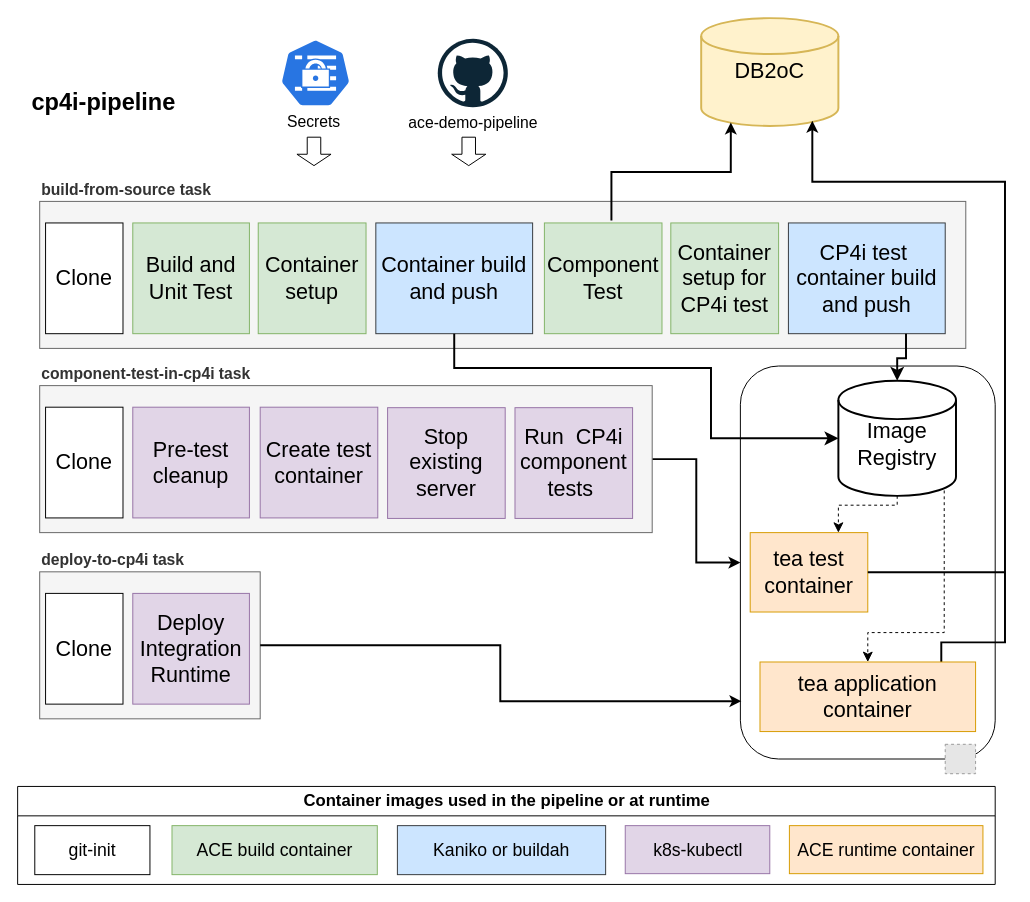
Before: demo-infrastructure/images/tekton-cp4i-pipeline.drawio in ot4i/ace-demo-pipeline, a draw.io diagram. Source tidied: cells renumbered, new cells numbered last; positions are measured from the earlier drawing's top-left corner, leaving out a move shared by most shapes. Both pictures are drawn from the tidied source at 98%, with x=0, y=0 at pixel (17, 18). Pictures stored in the file or linked from it are replaced by grey dashed boxes.
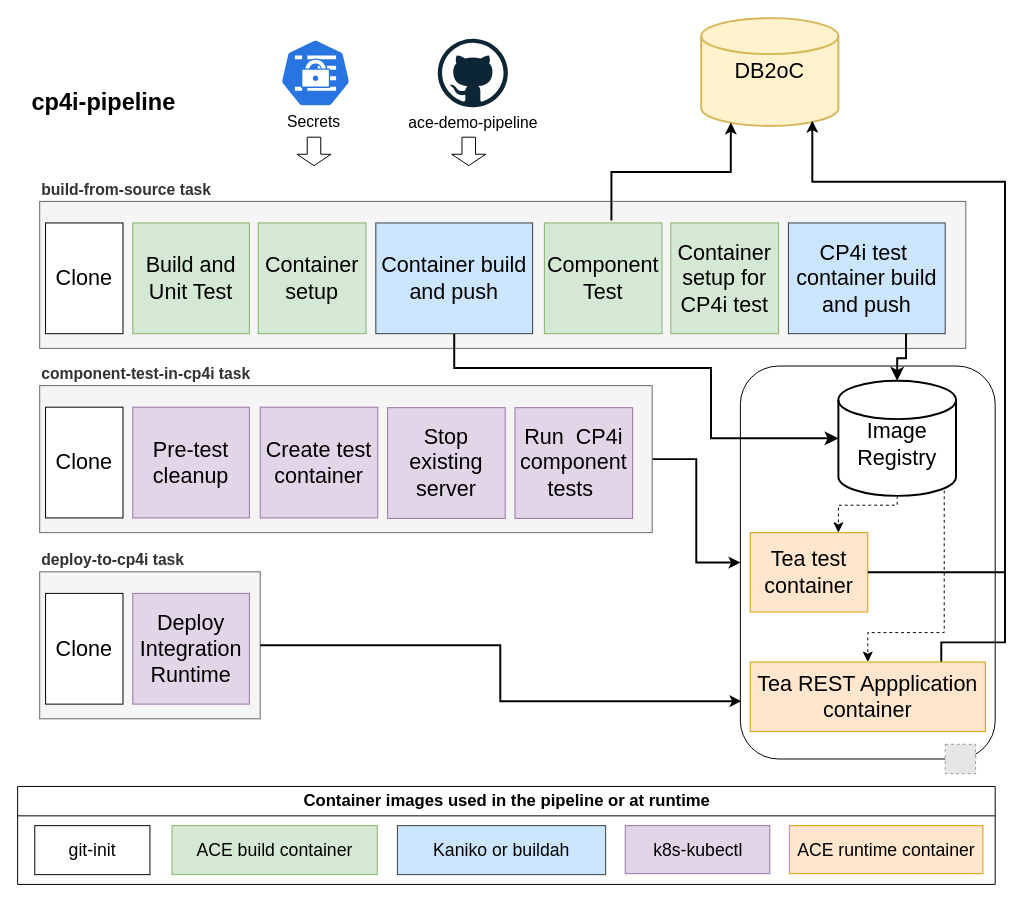
After the change.

Change to the diagram source:
```diff
@@
-    <mxCell id="18" value="tea application container" style="rounded=0;whiteSpace=wrap;html=1;fontSize=22;fillColor=#ffe6cc;strokeColor=#d79b00;" parent="1" vertex="1">
-      <mxGeometry x="758" y="657" width="220" height="71" as="geometry" />
+    <mxCell id="18" value="Tea REST Appplication container" style="rounded=0;whiteSpace=wrap;html=1;fontSize=22;fillColor=#ffe6cc;strokeColor=#d79b00;" parent="1" vertex="1">
+      <mxGeometry x="748" y="657" width="240" height="71" as="geometry" />
     </mxCell>
@@
-    <mxCell id="42" value="tea test container" style="rounded=0;whiteSpace=wrap;html=1;fontSize=22;fillColor=#ffe6cc;strokeColor=#d79b00;" parent="1" vertex="1">
+    <mxCell id="42" value="Tea test container" style="rounded=0;whiteSpace=wrap;html=1;fontSize=22;fillColor=#ffe6cc;strokeColor=#d79b00;" parent="1" vertex="1">
       <mxGeometry x="748" y="525" width="120" height="81" as="geometry" />
     </mxCell>
```
